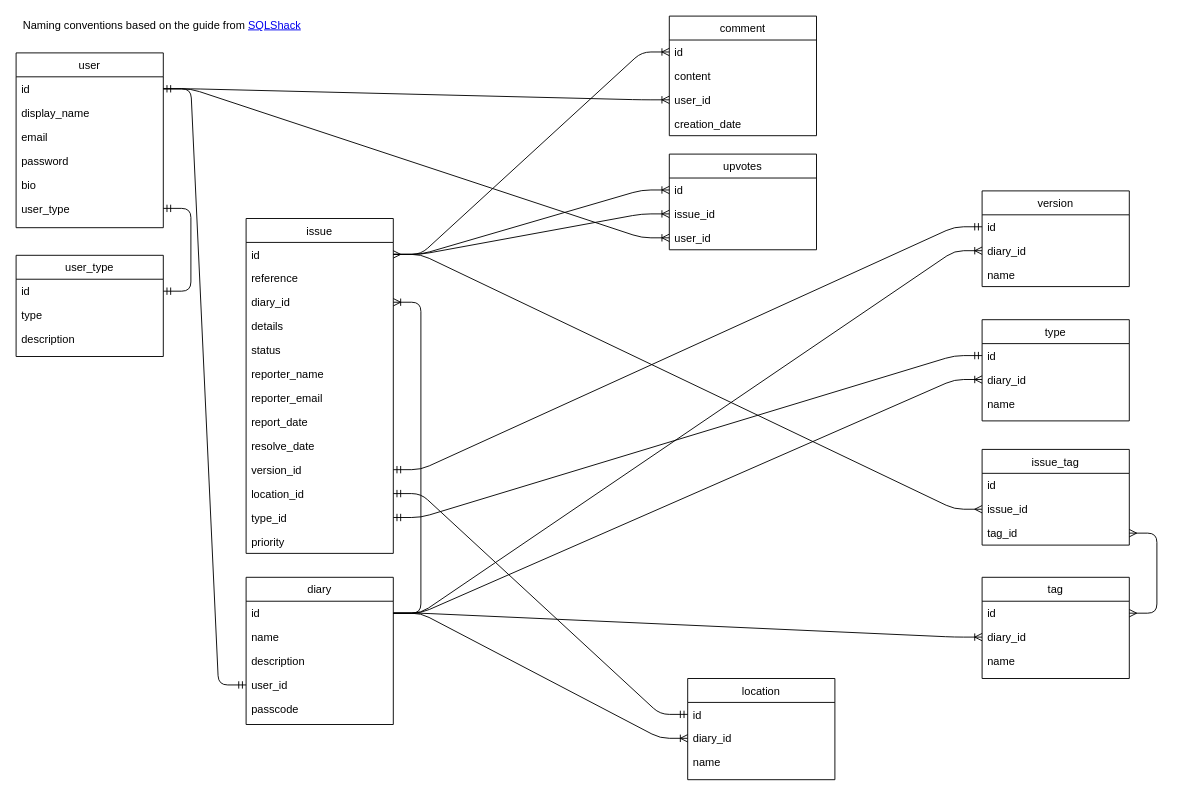
This is planning/bugdiary.drawio from daryl-sen/bugdiary, a draw.io file, before an edit. Source tidied: cells renumbered, new cells numbered last; positions are measured from the earlier drawing's top-left corner, leaving out a move shared by most shapes. Both pictures are drawn from the tidied source at 92%, with x=0, y=0 at pixel (16, 16).
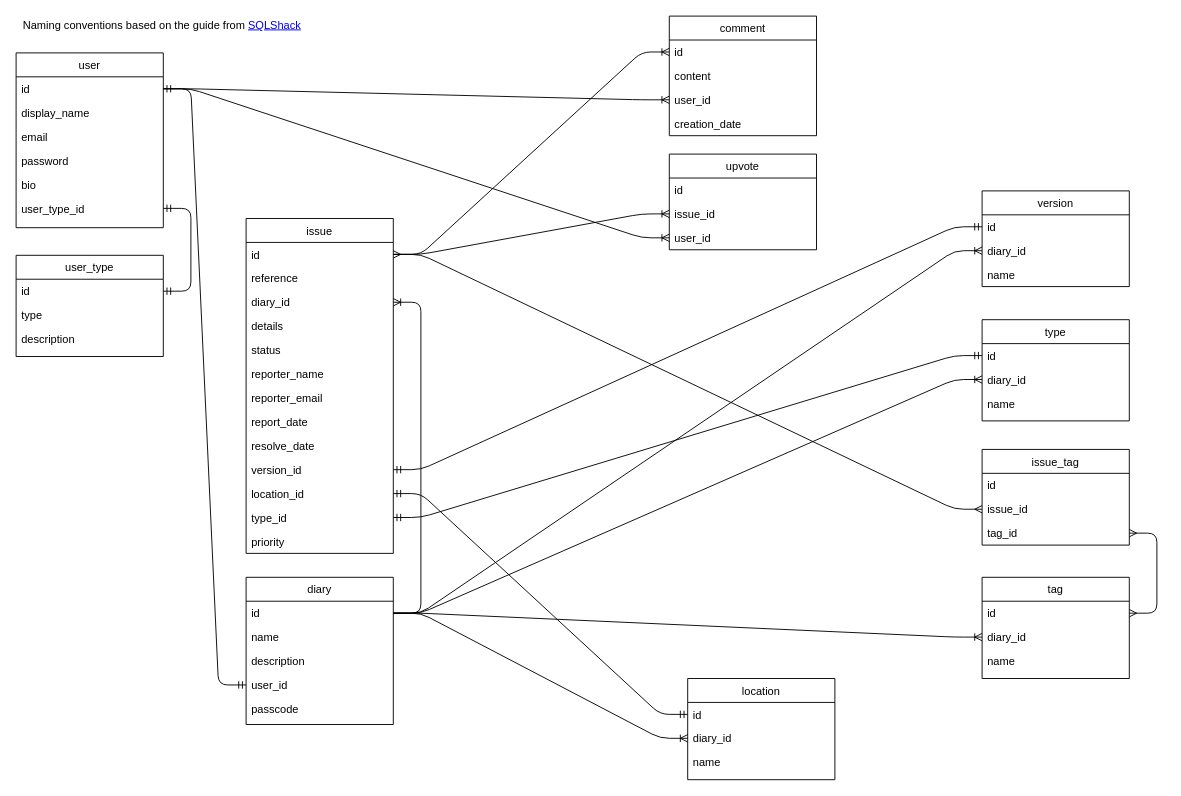
Above is the later version.

Unchanged cells that the change refers to:
```xml
<mxCell id="2" value="user" style="swimlane;fontStyle=0;align=center;verticalAlign=top;horizontal=1;startSize=26;rounded=0;shadow=0;strokeWidth=1;" parent="1" vertex="1">
  <mxGeometry y="40" width="160" height="190" as="geometry" />
</mxCell>
<mxCell id="14" value="id" style="text;align=left;verticalAlign=top;spacingLeft=4;spacingRight=4;overflow=hidden;points=[[0,0.5],[1,0.5]];portConstraint=eastwest;" parent="13" vertex="1">
  <mxGeometry y="26" width="160" height="26" as="geometry" />
</mxCell>
<mxCell id="51" value="id" style="text;align=left;verticalAlign=top;spacingLeft=4;spacingRight=4;overflow=hidden;points=[[0,0.5],[1,0.5]];portConstraint=eastwest;" parent="50" vertex="1">
  <mxGeometry y="26" width="160" height="26" as="geometry" />
</mxCell>
```

Diff of the diagram source:
```diff
@@
-    <mxCell id="8" value="user_type" style="text;align=left;verticalAlign=top;spacingLeft=4;spacingRight=4;overflow=hidden;points=[[0,0.5],[1,0.5]];portConstraint=eastwest;rounded=0;shadow=0;html=0;" parent="2" vertex="1">
+    <mxCell id="8" value="user_type_id" style="text;align=left;verticalAlign=top;spacingLeft=4;spacingRight=4;overflow=hidden;points=[[0,0.5],[1,0.5]];portConstraint=eastwest;rounded=0;shadow=0;html=0;" parent="2" vertex="1">
       <mxGeometry y="156" width="160" height="26" as="geometry" />
     </mxCell>
@@
-    <mxCell id="50" value="upvotes" style="swimlane;fontStyle=0;align=center;verticalAlign=top;horizontal=1;startSize=26;rounded=0;shadow=0;strokeWidth=1;" parent="1" vertex="1">
+    <mxCell id="50" value="upvote" style="swimlane;fontStyle=0;align=center;verticalAlign=top;horizontal=1;startSize=26;rounded=0;shadow=0;strokeWidth=1;" parent="1" vertex="1">
       <mxGeometry x="710" y="150" width="160" height="104" as="geometry" />
     </mxCell>
@@
-    <mxCell id="55" style="edgeStyle=entityRelationEdgeStyle;fontSize=12;html=1;endArrow=ERoneToMany;exitX=1;exitY=0.5;exitDx=0;exitDy=0;entryX=0;entryY=0.5;entryDx=0;entryDy=0;" parent="1" edge="1" source="14" target="51">
-      <mxGeometry relative="1" as="geometry" />
-    </mxCell>
```
